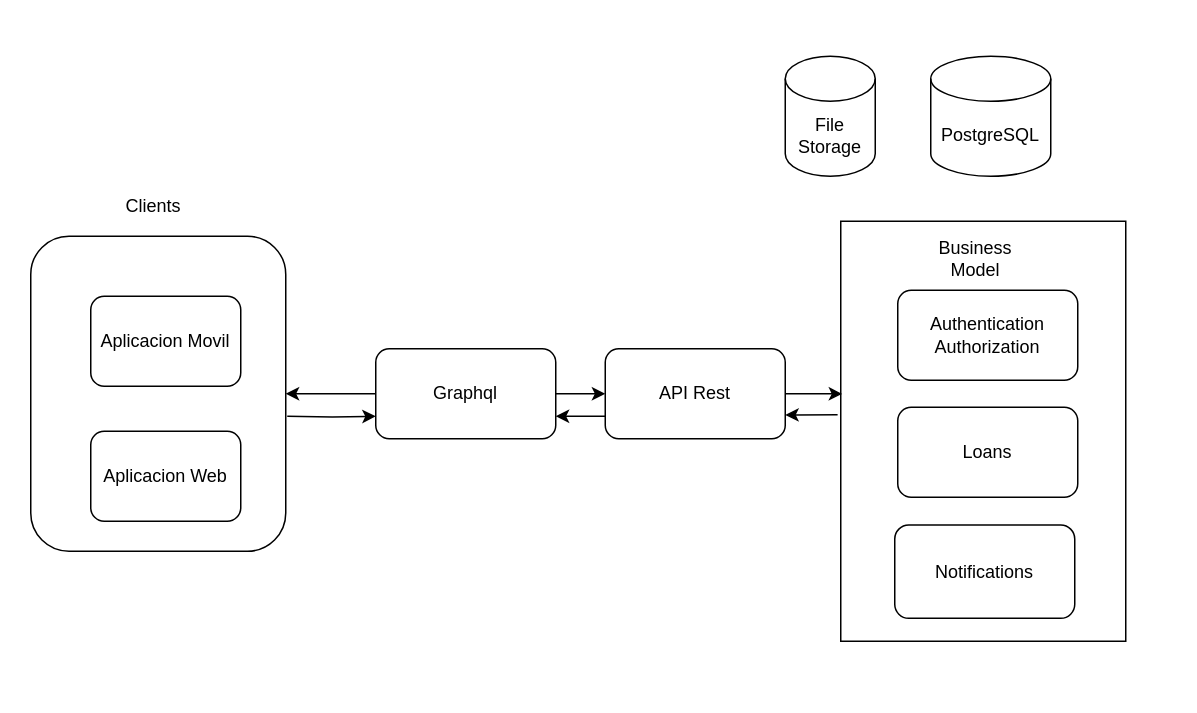
Earlier version of the draw.io diagram docs/arquitectura-software.drawio (alexrv11/credicuotas). Source tidied: cells renumbered, new cells numbered last; positions are measured from the earlier drawing's top-left corner, leaving out a move shared by most shapes. Both pictures are drawn from the tidied source at 150%, with x=0, y=0 at pixel (30, 56).
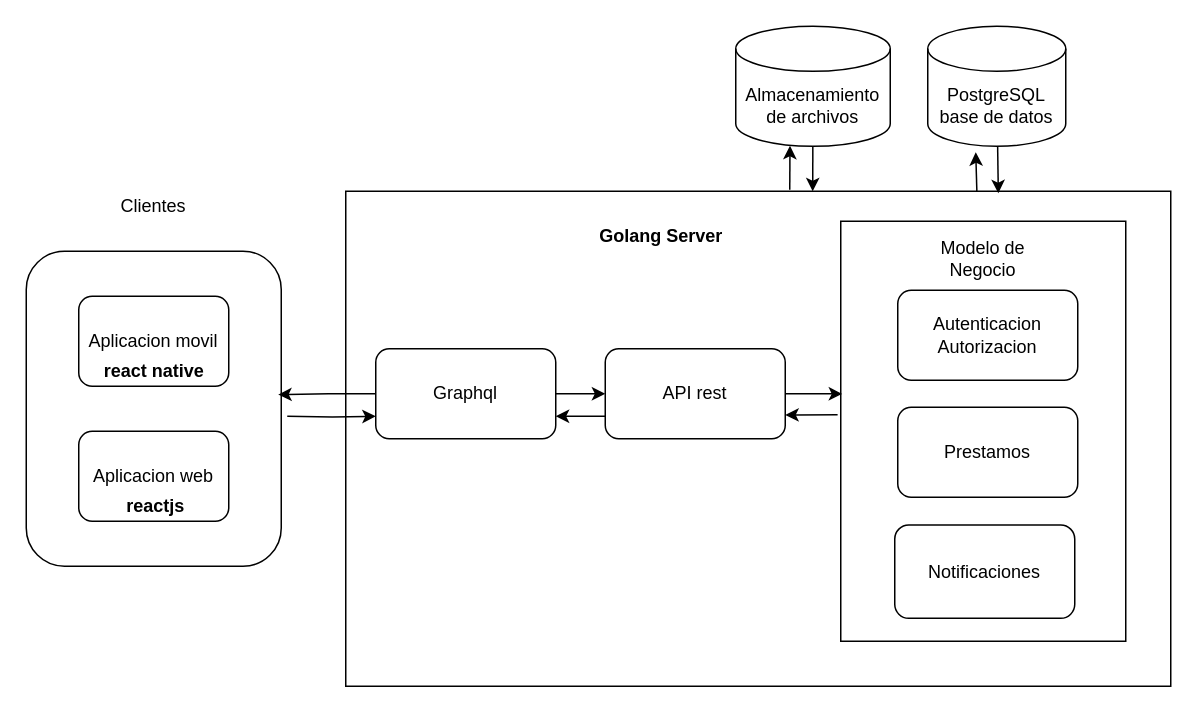
Above is the later version.

The change refers to these unchanged cells:
```xml
<mxCell id="2" style="group;" parent="1" vertex="1">
  <mxGeometry x="540" y="110" width="190" height="280" as="geometry" />
</mxCell>
<mxCell id="14" value="Graphql" style="rounded=1;whiteSpace=wrap;html=1;" parent="1" vertex="1">
  <mxGeometry x="230" y="195" width="120" height="60" as="geometry" />
</mxCell>
```

What changed in the source:
```diff
@@
+    <mxCell id="22" style="edgeStyle=none;html=1;entryX=0.351;entryY=0.996;entryDx=0;entryDy=0;entryPerimeter=0;" parent="1" edge="1" target="8">
+      <mxGeometry relative="1" as="geometry">
+        <mxPoint x="506" y="89" as="sourcePoint" />
+      </mxGeometry>
+    </mxCell>
+    <mxCell id="23" style="edgeStyle=none;html=1;exitX=0.765;exitY=0.001;exitDx=0;exitDy=0;exitPerimeter=0;" parent="1" edge="1" source="24">
+      <mxGeometry relative="1" as="geometry">
+        <mxPoint x="630" y="64" as="targetPoint" />
+      </mxGeometry>
+    </mxCell>
+    <mxCell id="24" style="rounded=0;whiteSpace=wrap;html=1;" parent="1" vertex="1">
+      <mxGeometry x="210" y="90" width="550" height="330" as="geometry" />
+    </mxCell>
@@
-    <mxCell id="4" value="Business Model" style="text;html=1;strokeColor=none;fillColor=none;align=center;verticalAlign=middle;whiteSpace=wrap;rounded=0;" parent="2" vertex="1">
-      <mxGeometry x="70" y="12.7" width="40" height="25.5" as="geometry" />
+    <mxCell id="4" value="Modelo de Negocio" style="text;html=1;strokeColor=none;fillColor=none;align=center;verticalAlign=middle;whiteSpace=wrap;rounded=0;" parent="2" vertex="1">
+      <mxGeometry x="60" y="12.7" width="70" height="25.4" as="geometry" />
     </mxCell>
-    <mxCell id="5" value="Notifications" style="rounded=1;whiteSpace=wrap;html=1;" parent="2" vertex="1">
+    <mxCell id="5" value="Notificaciones" style="rounded=1;whiteSpace=wrap;html=1;" parent="2" vertex="1">
       <mxGeometry x="36" y="202.5" width="120" height="62.2" as="geometry" />
     </mxCell>
@@
     <mxCell id="7" style="rounded=1;whiteSpace=wrap;html=1;" parent="1" vertex="1">
-      <mxGeometry y="120" width="170" height="210" as="geometry" />
+      <mxGeometry x="-3" y="130" width="170" height="210" as="geometry" />
     </mxCell>
+    <mxCell id="25" style="edgeStyle=none;html=1;entryX=0.566;entryY=0;entryDx=0;entryDy=0;entryPerimeter=0;" parent="1" edge="1" source="8" target="24">
+      <mxGeometry relative="1" as="geometry" />
+    </mxCell>
-    <mxCell id="8" value="File Storage" style="shape=cylinder3;whiteSpace=wrap;html=1;boundedLbl=1;backgroundOutline=1;size=15;" parent="1" vertex="1">
-      <mxGeometry x="503" width="60" height="80" as="geometry" />
+    <mxCell id="8" value="Almacenamiento de archivos" style="shape=cylinder3;whiteSpace=wrap;html=1;boundedLbl=1;backgroundOutline=1;size=15;" parent="1" vertex="1">
+      <mxGeometry x="470" y="-20" width="103" height="80" as="geometry" />
     </mxCell>
-    <mxCell id="9" value="Aplicacion Movil" style="rounded=1;whiteSpace=wrap;html=1;" parent="1" vertex="1">
-      <mxGeometry x="40" y="160" width="100" height="60" as="geometry" />
+    <mxCell id="9" value="Aplicacion movil" style="rounded=1;whiteSpace=wrap;html=1;" parent="1" vertex="1">
+      <mxGeometry x="32" y="160" width="100" height="60" as="geometry" />
     </mxCell>
-    <mxCell id="10" value="Aplicacion Web" style="rounded=1;whiteSpace=wrap;html=1;" parent="1" vertex="1">
-      <mxGeometry x="40" y="250" width="100" height="60" as="geometry" />
+    <mxCell id="10" value="Aplicacion web" style="rounded=1;whiteSpace=wrap;html=1;" parent="1" vertex="1">
+      <mxGeometry x="32" y="250" width="100" height="60" as="geometry" />
     </mxCell>
-    <mxCell id="11" value="Clients" style="text;html=1;strokeColor=none;fillColor=none;align=center;verticalAlign=middle;whiteSpace=wrap;rounded=0;" parent="1" vertex="1">
+    <mxCell id="11" value="Clientes" style="text;html=1;strokeColor=none;fillColor=none;align=center;verticalAlign=middle;whiteSpace=wrap;rounded=0;" parent="1" vertex="1">
       <mxGeometry x="62" y="90" width="40" height="20" as="geometry" />
     </mxCell>
-    <mxCell id="12" style="edgeStyle=orthogonalEdgeStyle;rounded=0;jettySize=auto;html=1;entryX=1;entryY=0.5;entryDx=0;entryDy=0;" parent="1" edge="1" source="14" target="7">
+    <mxCell id="12" style="edgeStyle=orthogonalEdgeStyle;rounded=0;jettySize=auto;html=1;entryX=0.988;entryY=0.455;entryDx=0;entryDy=0;entryPerimeter=0;" parent="1" edge="1" source="14" target="7">
       <mxGeometry relative="1" as="geometry" />
     </mxCell>
@@
-    <mxCell id="17" value="API Rest" style="rounded=1;whiteSpace=wrap;html=1;" parent="1" vertex="1">
+    <mxCell id="17" value="API rest" style="rounded=1;whiteSpace=wrap;html=1;" parent="1" vertex="1">
       <mxGeometry x="383" y="195" width="120" height="60" as="geometry" />
     </mxCell>
-    <mxCell id="18" value="Authentication Authorization" style="rounded=1;whiteSpace=wrap;html=1;" parent="1" vertex="1">
+    <mxCell id="18" value="Autenticacion&lt;br&gt;Autorizacion" style="rounded=1;whiteSpace=wrap;html=1;" parent="1" vertex="1">
       <mxGeometry x="578" y="156" width="120" height="60" as="geometry" />
     </mxCell>
-    <mxCell id="19" value="Loans" style="rounded=1;whiteSpace=wrap;html=1;" parent="1" vertex="1">
+    <mxCell id="19" value="Prestamos" style="rounded=1;whiteSpace=wrap;html=1;" parent="1" vertex="1">
       <mxGeometry x="578" y="234" width="120" height="60" as="geometry" />
     </mxCell>
+    <mxCell id="26" style="edgeStyle=none;html=1;entryX=0.791;entryY=0.004;entryDx=0;entryDy=0;entryPerimeter=0;" parent="1" edge="1" source="20" target="24">
+      <mxGeometry relative="1" as="geometry" />
+    </mxCell>
-    <mxCell id="20" value="PostgreSQL" style="shape=cylinder3;whiteSpace=wrap;html=1;boundedLbl=1;backgroundOutline=1;size=15;" parent="1" vertex="1">
-      <mxGeometry x="600" width="80" height="80" as="geometry" />
+    <mxCell id="20" value="PostgreSQL&lt;br&gt;base de datos" style="shape=cylinder3;whiteSpace=wrap;html=1;boundedLbl=1;backgroundOutline=1;size=15;" parent="1" vertex="1">
+      <mxGeometry x="598" y="-20" width="92" height="80" as="geometry" />
     </mxCell>
@@
+    <mxCell id="27" value="&lt;b&gt;Golang Server&lt;/b&gt;" style="text;html=1;align=center;verticalAlign=middle;strokeColor=none;" parent="1" vertex="1">
+      <mxGeometry x="370" y="110" width="100" height="20" as="geometry" />
+    </mxCell>
+    <mxCell id="28" value="&lt;b&gt;react native&lt;/b&gt;" style="text;html=1;align=center;verticalAlign=middle;strokeColor=none;" parent="1" vertex="1">
+      <mxGeometry x="42" y="200" width="80" height="20" as="geometry" />
+    </mxCell>
+    <mxCell id="29" value="&lt;b&gt;reactjs&lt;/b&gt;" style="text;html=1;align=center;verticalAlign=middle;strokeColor=none;" parent="1" vertex="1">
+      <mxGeometry x="58" y="290" width="50" height="20" as="geometry" />
+    </mxCell>
```
